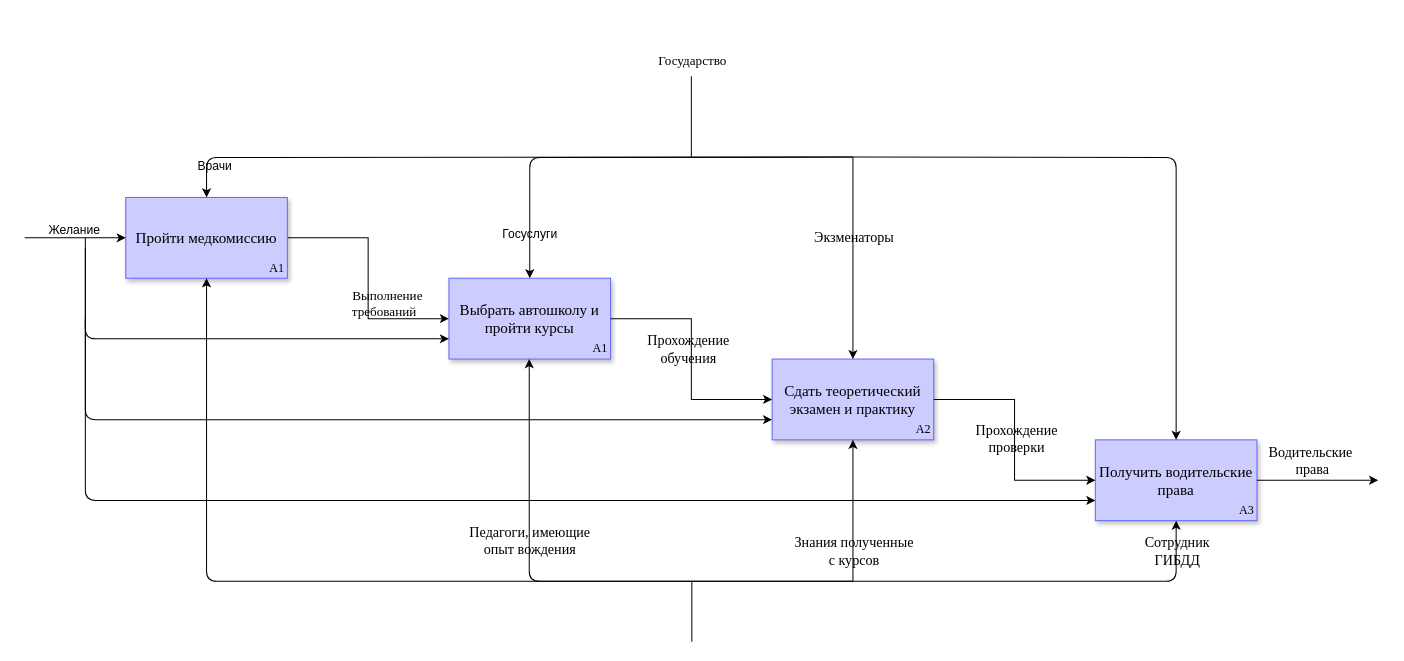
Before: page "Получение водительских прав" (2 of 2) of Диаграмма задания.drawio in Karidess/Idef_diagramma, a draw.io diagram. Source tidied: cells renumbered, new cells numbered last; positions are measured from the earlier drawing's top-left corner, leaving out a move shared by most shapes. Both pictures are drawn from the tidied source at 101%, with x=0, y=0 at pixel (24, 44).
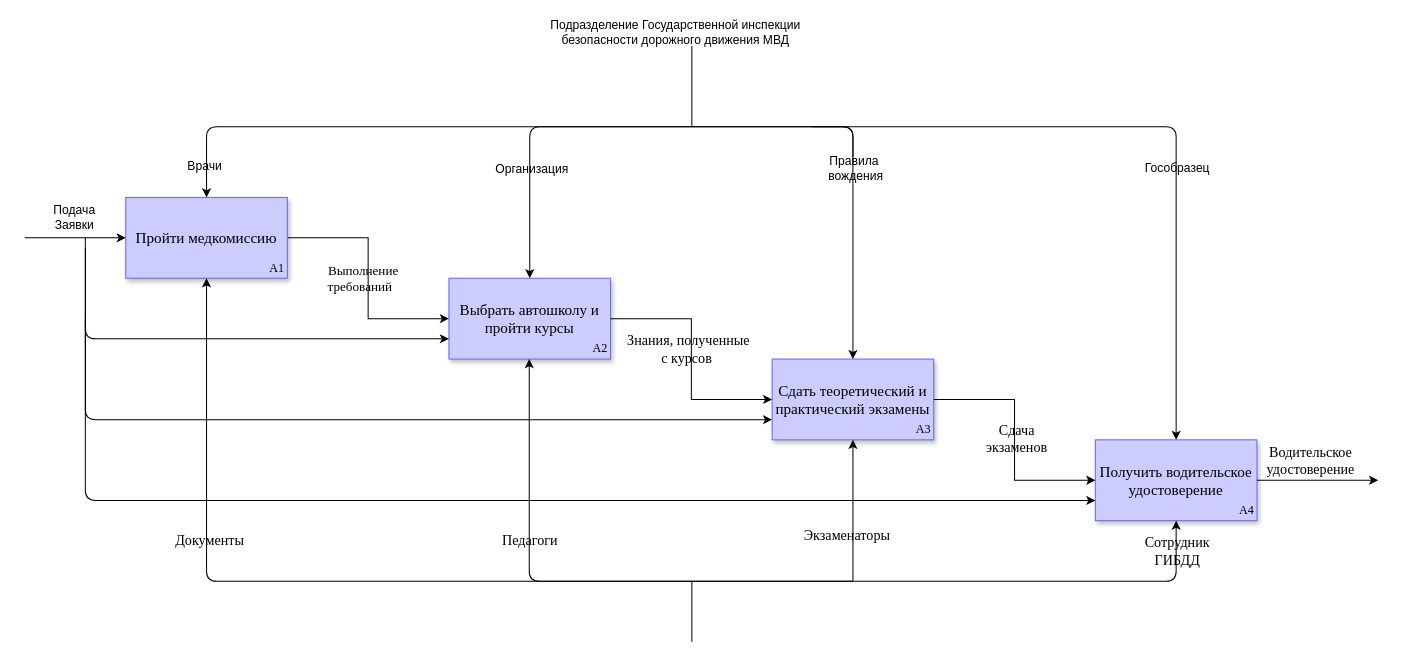
The same diagram, later.

Unchanged cells that the change refers to:
```xml
<mxCell id="2" value="Выбрать автошколу и пройти курсы" style="rounded=0;whiteSpace=wrap;html=1;labelBackgroundColor=none;fontFamily=Times New Roman;fontSize=15;fillColor=#CCCCFF;strokeColor=#6666FF;sketch=0;shadow=1;" parent="1" vertex="1">
  <mxGeometry x="420" y="231" width="160" height="80" as="geometry" />
</mxCell>
<mxCell id="5" style="endArrow=classic;html=1;rounded=0;exitX=1;exitY=0.5;exitDx=0;exitDy=0;entryX=0;entryY=0.5;entryDx=0;entryDy=0;edgeStyle=orthogonalEdgeStyle;fontFamily=Times New Roman;" parent="1" edge="1" source="2" target="3">
  <mxGeometry relative="1" as="geometry" />
</mxCell>
<mxCell id="7" style="endArrow=classic;html=1;rounded=0;exitX=1;exitY=0.5;exitDx=0;exitDy=0;entryX=0;entryY=0.5;entryDx=0;entryDy=0;edgeStyle=orthogonalEdgeStyle;fontFamily=Times New Roman;" parent="1" edge="1" source="3" target="4">
  <mxGeometry relative="1" as="geometry" />
</mxCell>
<mxCell id="15" style="endArrow=classic;html=1;rounded=1;entryX=0.5;entryY=1;entryDx=0;entryDy=0;fontFamily=Times New Roman;edgeStyle=orthogonalEdgeStyle;" parent="1" edge="1" target="3">
  <mxGeometry relative="1" as="geometry">
    <mxPoint x="820" y="531" as="sourcePoint" />
    <Array as="points">
      <mxPoint x="820" y="531" />
      <mxPoint x="820" y="531" />
    </Array>
  </mxGeometry>
</mxCell>
<mxCell id="19" style="endArrow=classic;html=1;rounded=1;entryX=0.5;entryY=1;entryDx=0;entryDy=0;fontFamily=Times New Roman;edgeStyle=orthogonalEdgeStyle;" parent="1" edge="1">
  <mxGeometry relative="1" as="geometry">
    <mxPoint x="820" y="531" as="sourcePoint" />
    <mxPoint x="499.5" y="311" as="targetPoint" />
    <Array as="points">
      <mxPoint x="820" y="531" />
      <mxPoint x="500" y="531" />
    </Array>
  </mxGeometry>
</mxCell>
<mxCell id="21" style="endArrow=classic;html=1;rounded=0;fontFamily=Times New Roman;fontSize=14;exitX=1;exitY=0.5;exitDx=0;exitDy=0;" parent="1" edge="1" source="4">
  <mxGeometry relative="1" as="geometry">
    <mxPoint x="1340" y="431" as="targetPoint" />
  </mxGeometry>
</mxCell>
<mxCell id="30" value="Пройти медкомиссию" style="rounded=0;whiteSpace=wrap;html=1;labelBackgroundColor=none;fontFamily=Times New Roman;fontSize=15;fillColor=#CCCCFF;strokeColor=#6666FF;sketch=0;shadow=1;" parent="1" vertex="1">
  <mxGeometry x="100" y="151" width="160" height="80" as="geometry" />
</mxCell>
```

Diff of the diagram source:
```diff
@@
-    <mxCell id="3" value="Сдать теоретический экзамен и практику" style="rounded=0;whiteSpace=wrap;html=1;labelBackgroundColor=none;fontFamily=Times New Roman;fontSize=15;fillColor=#CCCCFF;strokeColor=#6666FF;sketch=0;shadow=1;" parent="1" vertex="1">
+    <mxCell id="3" value="Сдать теоретический и практический экзамены" style="rounded=0;whiteSpace=wrap;html=1;labelBackgroundColor=none;fontFamily=Times New Roman;fontSize=15;fillColor=#CCCCFF;strokeColor=#6666FF;sketch=0;shadow=1;" parent="1" vertex="1">
       <mxGeometry x="740" y="311" width="160" height="80" as="geometry" />
     </mxCell>
-    <mxCell id="4" value="Получить водительские права" style="rounded=0;whiteSpace=wrap;html=1;labelBackgroundColor=none;fontFamily=Times New Roman;fontSize=15;fillColor=#CCCCFF;strokeColor=#6666FF;sketch=0;shadow=1;" parent="1" vertex="1">
+    <mxCell id="4" value="Получить водительское удостоверение" style="rounded=0;whiteSpace=wrap;html=1;labelBackgroundColor=none;fontFamily=Times New Roman;fontSize=15;fillColor=#CCCCFF;strokeColor=#6666FF;sketch=0;shadow=1;" parent="1" vertex="1">
       <mxGeometry x="1060" y="391" width="160" height="80" as="geometry" />
     </mxCell>
@@
-    <mxCell id="6" value="Прохождение&lt;br&gt;обучения" style="edgeLabel;html=1;align=center;verticalAlign=middle;fontSize=14;fontFamily=Times New Roman;labelBackgroundColor=none;" parent="5" vertex="1">
+    <mxCell id="6" value="Знания, полученные &lt;br&gt;с курсов&amp;nbsp;" style="edgeLabel;html=1;align=center;verticalAlign=middle;fontSize=14;fontFamily=Times New Roman;labelBackgroundColor=none;" parent="5" vertex="1">
       <mxGeometry x="-0.22" y="-4" relative="1" as="geometry">
         <mxPoint y="16" as="offset" />
       </mxGeometry>
     </mxCell>
@@
-    <mxCell id="8" value="Прохождение &lt;br&gt;проверки" style="edgeLabel;html=1;align=center;verticalAlign=middle;fontSize=14;fontFamily=Times New Roman;labelBackgroundColor=none;" parent="7" vertex="1">
+    <mxCell id="8" value="Сдача &lt;br&gt;экзаменов" style="edgeLabel;html=1;align=center;verticalAlign=middle;fontSize=14;fontFamily=Times New Roman;labelBackgroundColor=none;" parent="7" vertex="1">
       <mxGeometry x="-0.14" y="1" relative="1" as="geometry">
         <mxPoint y="16" as="offset" />
       </mxGeometry>
     </mxCell>
@@
     <mxCell id="10" value="Выполнение &lt;br style=&quot;font-size: 13px;&quot;&gt;требований&amp;nbsp;&amp;nbsp;" style="text;html=1;align=center;verticalAlign=middle;strokeColor=none;fillColor=none;fontFamily=Times New Roman;fontSize=13;" parent="1" vertex="1">
-      <mxGeometry x="314" y="236" width="90" height="40" as="geometry" />
+      <mxGeometry x="290" y="211" width="90" height="40" as="geometry" />
     </mxCell>
-    <mxCell id="11" value="A1" style="text;html=1;strokeColor=none;fillColor=none;align=center;verticalAlign=middle;whiteSpace=wrap;rounded=0;fontFamily=Times New Roman;" parent="1" vertex="1">
+    <mxCell id="11" value="A2" style="text;html=1;strokeColor=none;fillColor=none;align=center;verticalAlign=middle;whiteSpace=wrap;rounded=0;fontFamily=Times New Roman;" parent="1" vertex="1">
       <mxGeometry x="560" y="291" width="20" height="20" as="geometry" />
     </mxCell>
-    <mxCell id="12" value="A2" style="text;html=1;strokeColor=none;fillColor=none;align=center;verticalAlign=middle;whiteSpace=wrap;rounded=0;fontFamily=Times New Roman;" parent="1" vertex="1">
+    <mxCell id="12" value="A3" style="text;html=1;strokeColor=none;fillColor=none;align=center;verticalAlign=middle;whiteSpace=wrap;rounded=0;fontFamily=Times New Roman;" parent="1" vertex="1">
       <mxGeometry x="880" y="371" width="20" height="20" as="geometry" />
     </mxCell>
     <mxCell id="13" style="endArrow=classic;html=1;rounded=1;entryX=0.5;entryY=0;entryDx=0;entryDy=0;fontFamily=Times New Roman;edgeStyle=orthogonalEdgeStyle;" parent="1" edge="1" target="2">
       <mxGeometry relative="1" as="geometry">
         <mxPoint x="820" y="111" as="sourcePoint" />
+        <Array as="points">
+          <mxPoint x="820" y="81" />
+          <mxPoint x="500" y="81" />
+        </Array>
       </mxGeometry>
     </mxCell>
-    <mxCell id="14" value="Госуслуги" style="edgeLabel;html=1;align=center;verticalAlign=middle;labelBackgroundColor=none;fontSize=12;" parent="13" vertex="1">
-      <mxGeometry x="0.8" y="-1" relative="1" as="geometry" />
+    <mxCell id="14" value="Организация" style="edgeLabel;html=1;align=center;verticalAlign=middle;labelBackgroundColor=none;fontSize=12;" parent="13" vertex="1">
+      <mxGeometry x="0.8" y="-1" relative="1" as="geometry">
+        <mxPoint x="2" y="-59" as="offset" />
+      </mxGeometry>
     </mxCell>
@@
-    <mxCell id="16" value="Знания полученные &lt;br&gt;с курсов" style="edgeLabel;html=1;align=center;verticalAlign=middle;labelBackgroundColor=none;fontFamily=Times New Roman;fontSize=14;" parent="15" vertex="1">
-      <mxGeometry x="-0.14" y="2" relative="1" as="geometry">
-        <mxPoint x="2" y="30" as="offset" />
-      </mxGeometry>
-    </mxCell>
@@
-    <mxCell id="20" value="Педагоги, имеющие &lt;br style=&quot;font-size: 14px;&quot;&gt;опыт вождения" style="edgeLabel;html=1;align=center;verticalAlign=middle;labelBackgroundColor=none;fontFamily=Times New Roman;fontSize=14;" parent="19" vertex="1">
+    <mxCell id="20" value="Педагоги" style="edgeLabel;html=1;align=center;verticalAlign=middle;labelBackgroundColor=none;fontFamily=Times New Roman;fontSize=14;" parent="19" vertex="1">
       <mxGeometry x="-0.14" y="2" relative="1" as="geometry">
         <mxPoint x="-89" y="-42" as="offset" />
       </mxGeometry>
     </mxCell>
@@
-    <mxCell id="22" value="Водительские&lt;br&gt;&amp;nbsp;права" style="edgeLabel;html=1;align=center;verticalAlign=middle;fontSize=14;fontFamily=Times New Roman;labelBackgroundColor=none;" parent="21" vertex="1">
+    <mxCell id="22" value="Водительское &lt;br&gt;удостоверение" style="edgeLabel;html=1;align=center;verticalAlign=middle;fontSize=14;fontFamily=Times New Roman;labelBackgroundColor=none;" parent="21" vertex="1">
       <mxGeometry x="-0.14" y="1" relative="1" as="geometry">
         <mxPoint y="-19" as="offset" />
       </mxGeometry>
     </mxCell>
@@
     <mxCell id="26" style="endArrow=classic;html=1;rounded=1;fontFamily=Times New Roman;fontSize=14;elbow=vertical;entryX=0.5;entryY=0;entryDx=0;entryDy=0;edgeStyle=orthogonalEdgeStyle;" parent="1" edge="1" target="4">
       <mxGeometry relative="1" as="geometry">
-        <mxPoint x="820" y="111" as="sourcePoint" />
+        <mxPoint x="780" y="81" as="sourcePoint" />
+        <Array as="points">
+          <mxPoint x="820" y="81" />
+          <mxPoint x="1140" y="81" />
+        </Array>
       </mxGeometry>
     </mxCell>
-    <mxCell id="27" value="Государство" style="text;html=1;align=center;verticalAlign=middle;strokeColor=none;fillColor=none;fontSize=13;fontFamily=Times New Roman;" parent="1" vertex="1">
-      <mxGeometry x="616" width="90" height="30" as="geometry" />
-    </mxCell>
-    <mxCell id="28" value="A3" style="text;html=1;strokeColor=none;fillColor=none;align=center;verticalAlign=middle;whiteSpace=wrap;rounded=0;fontFamily=Times New Roman;" parent="1" vertex="1">
+    <mxCell id="28" value="A4" style="text;html=1;strokeColor=none;fillColor=none;align=center;verticalAlign=middle;whiteSpace=wrap;rounded=0;fontFamily=Times New Roman;" parent="1" vertex="1">
       <mxGeometry x="1200" y="451" width="20" height="20" as="geometry" />
     </mxCell>
-    <mxCell id="29" value="Экзменаторы" style="edgeLabel;html=1;align=center;verticalAlign=middle;labelBackgroundColor=none;fontFamily=Times New Roman;fontSize=14;" parent="1" vertex="1">
-      <mxGeometry x="820" y="191" as="geometry" />
+    <mxCell id="29" value="Экзаменаторы" style="edgeLabel;html=1;align=center;verticalAlign=middle;labelBackgroundColor=none;fontFamily=Times New Roman;fontSize=14;" parent="1" vertex="1">
+      <mxGeometry x="820" y="481" as="geometry">
+        <mxPoint x="-7" y="5" as="offset" />
+      </mxGeometry>
     </mxCell>
@@
     <mxCell id="32" value="Врачи" style="edgeLabel;html=1;align=center;verticalAlign=middle;labelBackgroundColor=none;fontSize=12;" parent="1" vertex="1">
-      <mxGeometry x="180" y="121" as="geometry">
+      <mxGeometry x="170" y="121" as="geometry">
         <mxPoint x="7" y="-2" as="offset" />
       </mxGeometry>
     </mxCell>
@@
     <mxCell id="35" style="endArrow=classic;html=1;rounded=1;entryX=0.5;entryY=0;entryDx=0;entryDy=0;edgeStyle=orthogonalEdgeStyle;" parent="1" edge="1" target="30">
       <mxGeometry relative="1" as="geometry">
         <mxPoint x="820" y="111" as="sourcePoint" />
+        <Array as="points">
+          <mxPoint x="820" y="81" />
+          <mxPoint x="180" y="81" />
+        </Array>
       </mxGeometry>
     </mxCell>
     <mxCell id="36" style="endArrow=none;html=1;rounded=1;" parent="1" edge="1">
       <mxGeometry relative="1" as="geometry">
-        <mxPoint x="660" y="111" as="sourcePoint" />
-        <mxPoint x="660" y="31" as="targetPoint" />
+        <mxPoint x="660.5" y="81" as="sourcePoint" />
+        <mxPoint x="660.5" y="1" as="targetPoint" />
       </mxGeometry>
     </mxCell>
@@
-    <mxCell id="38" value="Желание" style="text;html=1;align=center;verticalAlign=middle;strokeColor=none;fillColor=none;" parent="1" vertex="1">
-      <mxGeometry x="14" y="169" width="70" height="30" as="geometry" />
+    <mxCell id="38" value="Подача&lt;br&gt;Заявки" style="text;html=1;align=center;verticalAlign=middle;strokeColor=none;fillColor=none;" parent="1" vertex="1">
+      <mxGeometry x="19" y="151" width="60" height="40" as="geometry" />
     </mxCell>
@@
+    <mxCell id="40" value="Правила&lt;br&gt;&amp;nbsp;вождения" style="edgeLabel;html=1;align=center;verticalAlign=middle;labelBackgroundColor=none;fontSize=12;" parent="1" vertex="1">
+      <mxGeometry x="820" y="121" as="geometry" />
+    </mxCell>
+    <mxCell id="41" value="Гособразец" style="edgeLabel;html=1;align=center;verticalAlign=middle;labelBackgroundColor=none;fontSize=12;" parent="1" vertex="1">
+      <mxGeometry x="1140" y="121" as="geometry" />
+    </mxCell>
+    <mxCell id="42" value="Подразделение Государственной инспекции &lt;br&gt;безопасности дорожного движения МВД" style="edgeLabel;html=1;align=center;verticalAlign=middle;labelBackgroundColor=none;fontSize=12;" parent="1" vertex="1">
+      <mxGeometry x="660" y="-9" as="geometry">
+        <mxPoint x="-17" y="-4" as="offset" />
+      </mxGeometry>
+    </mxCell>
+    <mxCell id="43" value="Документы" style="edgeLabel;html=1;align=center;verticalAlign=middle;labelBackgroundColor=none;fontFamily=Times New Roman;fontSize=14;" parent="1" vertex="1">
+      <mxGeometry x="170" y="501" as="geometry">
+        <mxPoint x="12" y="-10" as="offset" />
+      </mxGeometry>
+    </mxCell>
```
